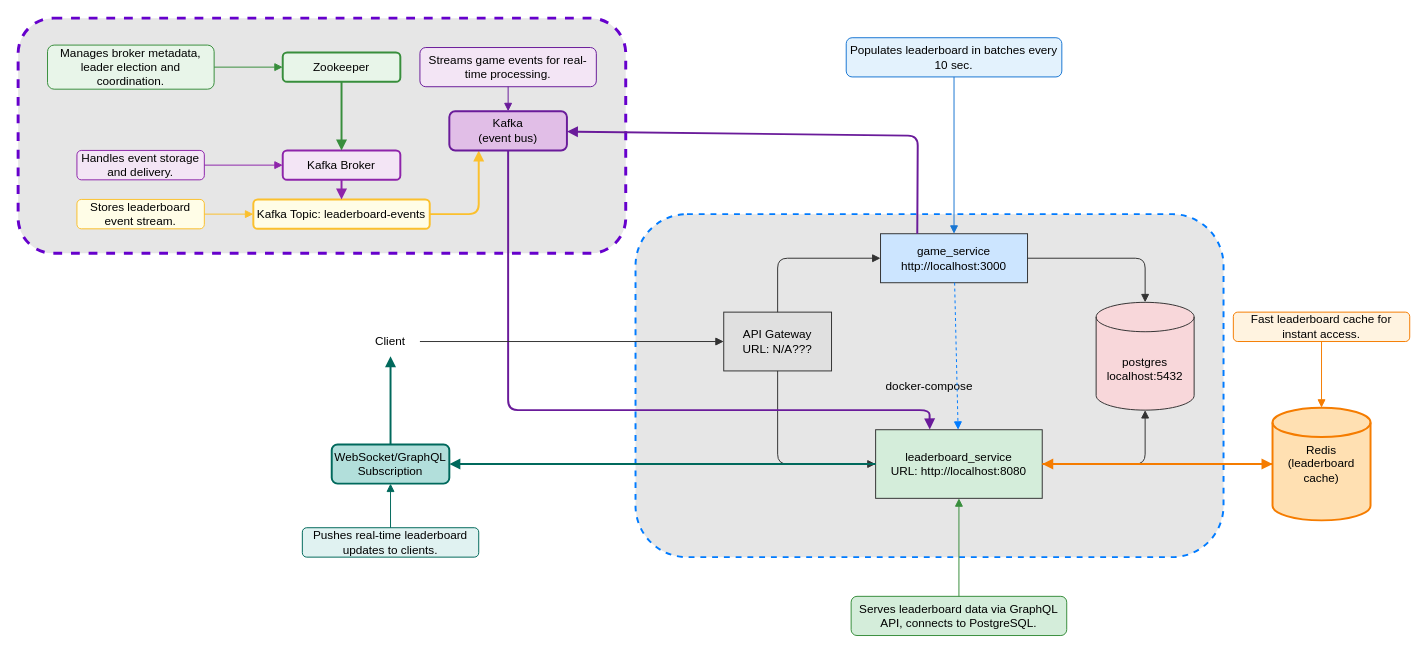
bishnutimalsina1/realtime_leaderboard keeps this draw.io diagram as pipeline_updated.drawio. Above is the earlier version. Source tidied: cells renumbered, new cells numbered last; positions are measured from the earlier drawing's top-left corner, leaving out a move shared by most shapes. Both pictures are drawn from the tidied source at 98%, with x=0, y=0 at pixel (18, 18).
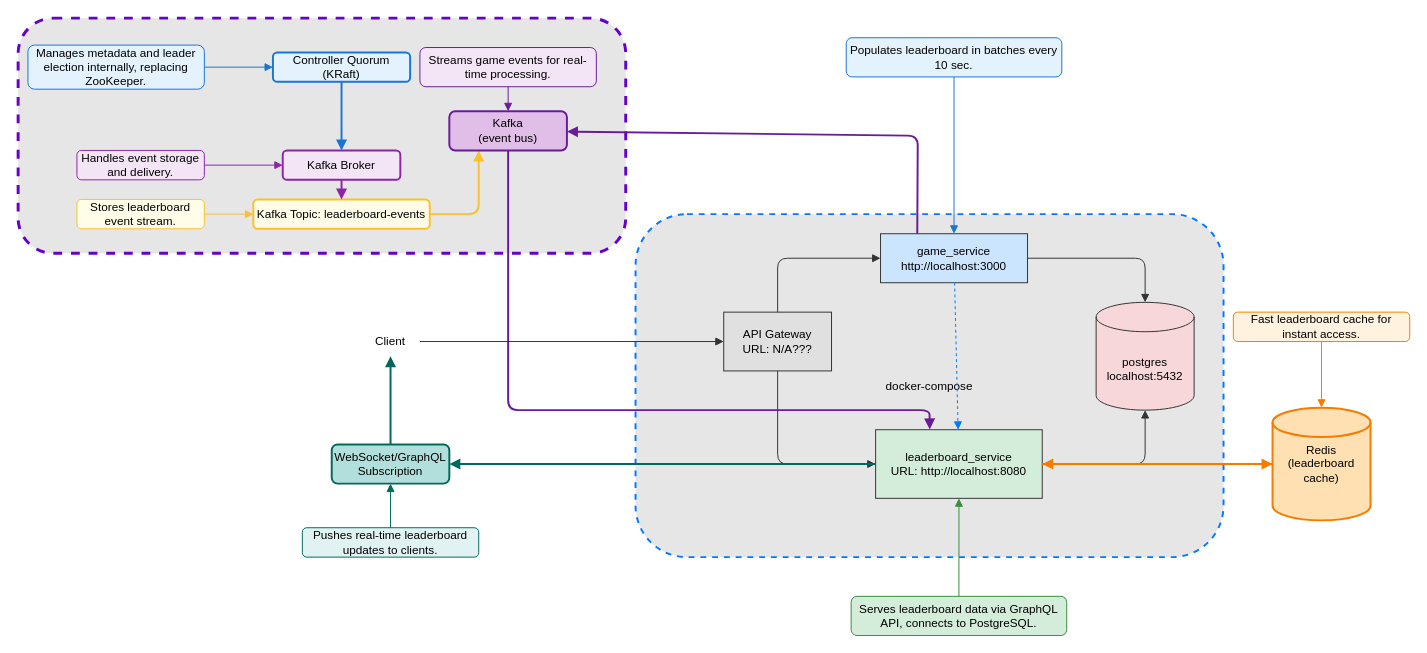
After the change.

Commit message (it also covers changes not shown here):
added kafka in kraft mode

Unchanged cells that the change refers to:
```xml
<mxCell id="4" value="Kafka Broker" style="rounded=1;whiteSpace=wrap;html=1;fillColor=#f3e5f5;strokeColor=#8e24aa;strokeWidth=2;" parent="1" vertex="1">
  <mxGeometry x="270" y="135" width="120" height="30" as="geometry" />
</mxCell>
<mxCell id="5" value="Kafka Topic: leaderboard-events" style="rounded=1;whiteSpace=wrap;html=1;fillColor=#fffde7;strokeColor=#fbc02d;strokeWidth=2;" parent="1" vertex="1">
  <mxGeometry x="240" y="185" width="180" height="30" as="geometry" />
</mxCell>
<mxCell id="25" value="Kafka&lt;br&gt;(event bus)" style="rounded=1;whiteSpace=wrap;html=1;fillColor=#e1bee7;strokeColor=#6a1b9a;strokeWidth=2;" parent="1" vertex="1">
  <mxGeometry x="440" y="95" width="120" height="40" as="geometry" />
</mxCell>
```

The edit, as a diff of the source:
```diff
@@
-    <mxCell id="3" value="Zookeeper" style="rounded=1;whiteSpace=wrap;html=1;fillColor=#e8f5e9;strokeColor=#388e3c;strokeWidth=2;" parent="1" vertex="1">
-      <mxGeometry x="270" y="35" width="120" height="30" as="geometry" />
-    </mxCell>
+    <mxCell id="46" value="Controller Quorum (KRaft)" style="rounded=1;whiteSpace=wrap;html=1;fillColor=#e3f2fd;strokeColor=#1976d2;strokeWidth=2;" parent="1" vertex="1">
+      <mxGeometry x="260" y="35" width="140" height="30" as="geometry" />
+    </mxCell>
@@
-    <mxCell id="6" style="edgeStyle=none;html=1;endArrow=block;strokeColor=#388e3c;strokeWidth=2;exitX=0.5;exitY=1;exitDx=0;exitDy=0;entryX=0.5;entryY=0;entryDx=0;entryDy=0;" parent="1" edge="1" source="3" target="4">
-      <mxGeometry relative="1" as="geometry" />
-    </mxCell>
+    <mxCell id="47" style="edgeStyle=none;html=1;endArrow=block;strokeColor=#1976d2;strokeWidth=2;exitX=0.5;exitY=1;exitDx=0;exitDy=0;entryX=0.5;entryY=0;entryDx=0;entryDy=0;" parent="1" edge="1" source="46" target="4">
+      <mxGeometry relative="1" as="geometry" />
+    </mxCell>
@@
-    <mxCell id="8" style="edgeStyle=none;html=1;endArrow=block;strokeColor=#fbc02d;strokeWidth=2;exitX=1;exitY=0.5;exitDx=0;exitDy=0;entryX=0.25;entryY=1;entryDx=0;entryDy=0;" parent="1" edge="1" source="5" target="25">
-      <mxGeometry relative="1" as="geometry">
-        <Array as="points">
-          <mxPoint x="470" y="200" />
-        </Array>
-      </mxGeometry>
-    </mxCell>
-    <mxCell id="9" value="Manages broker metadata, leader election and coordination." style="rounded=1;whiteSpace=wrap;html=1;fillColor=#e8f5e9;strokeColor=#388e3c;" parent="1" vertex="1">
-      <mxGeometry x="30" y="27.5" width="170" height="45" as="geometry" />
-    </mxCell>
-    <mxCell id="10" style="edgeStyle=none;html=1;endArrow=block;strokeColor=#388e3c;entryX=0;entryY=0.5;entryDx=0;entryDy=0;exitX=1;exitY=0.5;exitDx=0;exitDy=0;" parent="1" edge="1" source="9" target="3">
-      <mxGeometry relative="1" as="geometry" />
-    </mxCell>
@@
+    <mxCell id="48" value="Manages metadata and leader election internally, replacing ZooKeeper." style="rounded=1;whiteSpace=wrap;html=1;fillColor=#e3f2fd;strokeColor=#1976d2;" parent="1" vertex="1">
+      <mxGeometry x="10" y="27.5" width="180" height="45" as="geometry" />
+    </mxCell>
+    <mxCell id="49" style="edgeStyle=none;html=1;endArrow=block;strokeColor=#1976d2;entryX=0;entryY=0.5;entryDx=0;entryDy=0;exitX=1;exitY=0.5;exitDx=0;exitDy=0;" parent="1" edge="1" source="48" target="46">
+      <mxGeometry relative="1" as="geometry" />
+    </mxCell>
+    <mxCell id="8" style="edgeStyle=none;html=1;endArrow=block;strokeColor=#fbc02d;strokeWidth=2;exitX=1;exitY=0.5;exitDx=0;exitDy=0;entryX=0.25;entryY=1;entryDx=0;entryDy=0;" parent="1" edge="1" source="5" target="25">
+      <mxGeometry relative="1" as="geometry">
+        <Array as="points">
+          <mxPoint x="470" y="200" />
+        </Array>
+      </mxGeometry>
+    </mxCell>
```
